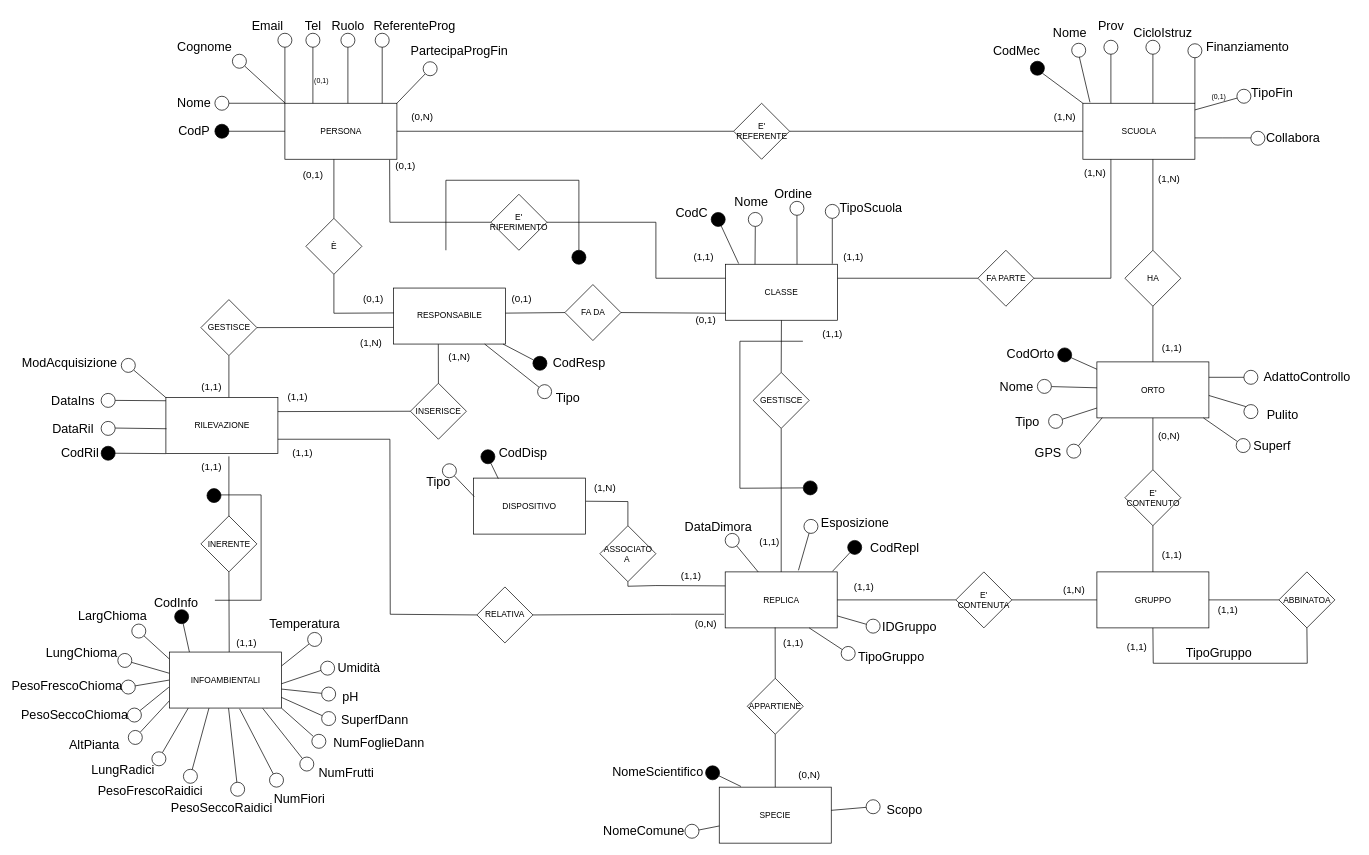
pizzo-kyle/unige keeps this draw.io diagram as Modifica/ER_restructured_modifica.drawio. Above is the earlier version. Source tidied: cells renumbered, new cells numbered last; positions are measured from the earlier drawing's top-left corner, leaving out a move shared by most shapes. Both pictures are drawn from the tidied source at 70%, with x=0, y=0 at pixel (38, 12).
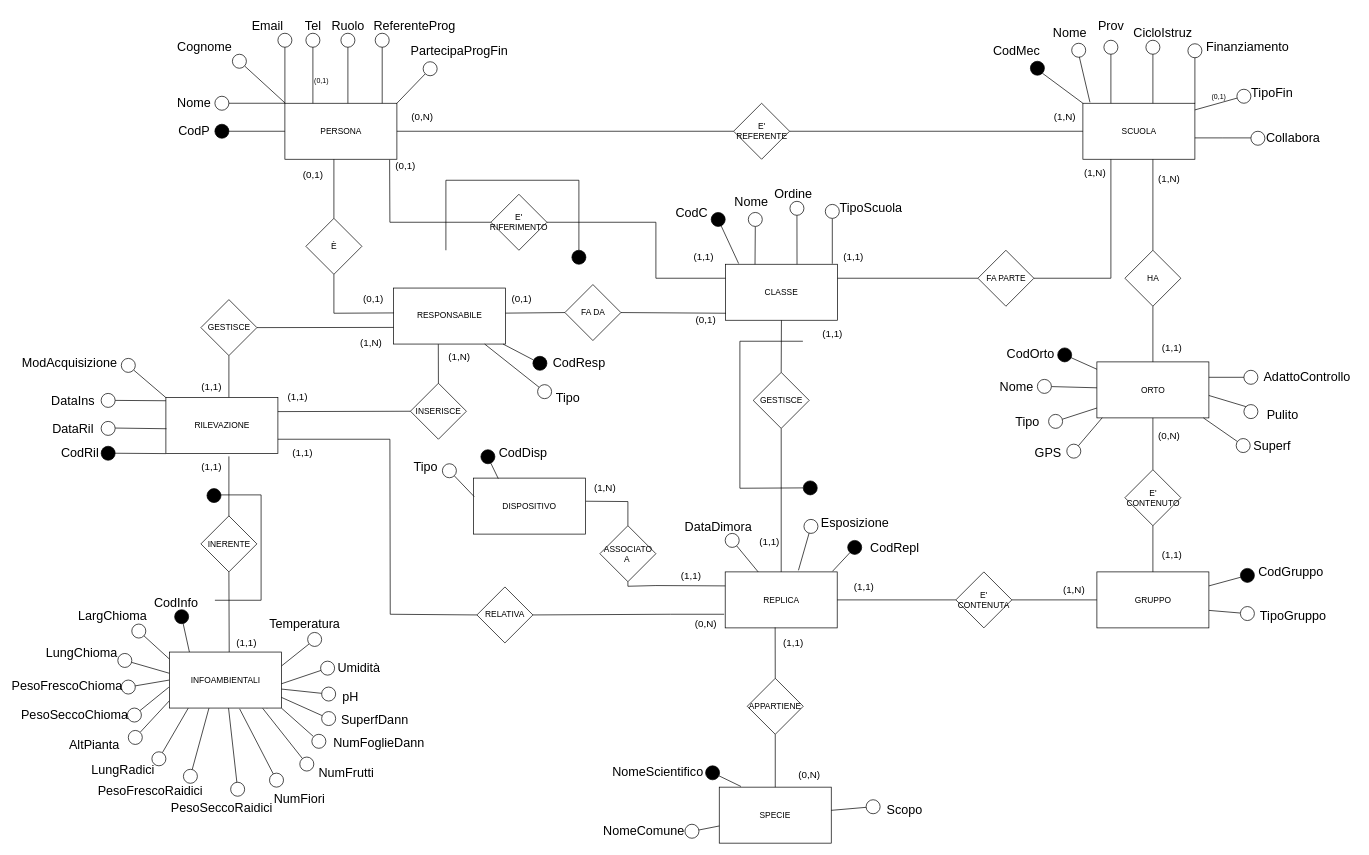
The same diagram, later.

The change refers to these unchanged cells:
```xml
<mxCell id="9" value="REPLICA" style="rounded=0;whiteSpace=wrap;html=1;" parent="1" vertex="1">
  <mxGeometry x="981.5" y="799.5" width="160" height="80" as="geometry" />
</mxCell>
<mxCell id="270" value="GRUPPO" style="rounded=0;whiteSpace=wrap;html=1;" parent="1" vertex="1">
  <mxGeometry x="1512.5" y="799.5" width="160" height="80" as="geometry" />
</mxCell>
```

Change to the diagram source:
```diff
@@
-    <mxCell id="65" style="endArrow=none;html=1;rounded=0;fontColor=#000000;" parent="1" edge="1" source="67" target="9">
+    <mxCell id="65" style="endArrow=none;html=1;rounded=0;fontColor=#000000;entryX=1;entryY=0.25;entryDx=0;entryDy=0;" parent="1" edge="1" source="282" target="270">
       <mxGeometry relative="1" as="geometry" />
     </mxCell>
-    <mxCell id="66" value="&lt;span style=&quot;font-size: 18px;&quot;&gt;IDGruppo&lt;/span&gt;" style="text;html=1;strokeColor=none;fillColor=none;align=center;verticalAlign=middle;whiteSpace=wrap;rounded=0;fontColor=#000000;" parent="1" vertex="1">
-      <mxGeometry x="1220.2" y="864" width="50" height="30" as="geometry" />
+    <mxCell id="66" value="&lt;span style=&quot;font-size: 18px;&quot;&gt;CodGruppo&lt;/span&gt;" style="text;html=1;strokeColor=none;fillColor=none;align=center;verticalAlign=middle;whiteSpace=wrap;rounded=0;fontColor=#000000;" parent="1" vertex="1">
+      <mxGeometry x="1765.2" y="784.5" width="50" height="30" as="geometry" />
     </mxCell>
-    <mxCell id="67" style="ellipse;whiteSpace=wrap;html=1;fillColor=#FFFFFF;direction=south;gradientColor=none;fontColor=#000000;" parent="1" vertex="1">
-      <mxGeometry x="1182.8" y="867" width="20" height="20" as="geometry" />
-    </mxCell>
@@
     <mxCell id="139" value="&lt;span style=&quot;font-size: 18px;&quot;&gt;Tipo&lt;/span&gt;" style="text;html=1;strokeColor=none;fillColor=none;align=center;verticalAlign=middle;whiteSpace=wrap;rounded=0;fontColor=#000000;" parent="1" vertex="1">
-      <mxGeometry x="546.8" y="657" width="50" height="30" as="geometry" />
+      <mxGeometry x="528.8" y="635" width="50" height="30" as="geometry" />
     </mxCell>
@@
-    <mxCell id="267" style="endArrow=none;html=1;rounded=0;fontColor=#000000;entryX=0.75;entryY=1;entryDx=0;entryDy=0;" parent="1" edge="1" source="269" target="9">
-      <mxGeometry relative="1" as="geometry" />
+    <mxCell id="267" style="endArrow=none;html=1;rounded=0;fontColor=#000000;entryX=0.75;entryY=1;entryDx=0;entryDy=0;" parent="1" edge="1" source="269">
+      <mxGeometry relative="1" as="geometry">
+        <mxPoint x="1672.5" y="854.5" as="targetPoint" />
+      </mxGeometry>
     </mxCell>
     <mxCell id="268" value="&lt;span style=&quot;font-size: 18px;&quot;&gt;TipoGruppo&lt;/span&gt;" style="text;html=1;strokeColor=none;fillColor=none;align=center;verticalAlign=middle;whiteSpace=wrap;rounded=0;fontColor=#000000;" parent="1" vertex="1">
-      <mxGeometry x="1194.2" y="906" width="50" height="30" as="geometry" />
+      <mxGeometry x="1767.5" y="846.5" width="50" height="30" as="geometry" />
     </mxCell>
     <mxCell id="269" style="ellipse;whiteSpace=wrap;html=1;fillColor=#FFFFFF;direction=south;gradientColor=none;fontColor=#000000;" parent="1" vertex="1">
-      <mxGeometry x="1147.2" y="906" width="20" height="20" as="geometry" />
+      <mxGeometry x="1717.5" y="849" width="20" height="20" as="geometry" />
     </mxCell>
@@
-    <mxCell id="276" value="ABBINATOA" style="rhombus;whiteSpace=wrap;html=1;" parent="1" vertex="1">
-      <mxGeometry x="1772.5" y="799.5" width="80" height="80" as="geometry" />
-    </mxCell>
-    <mxCell id="277" style="endArrow=none;html=1;rounded=0;exitX=0;exitY=0.5;exitDx=0;exitDy=0;entryX=1;entryY=0.5;entryDx=0;entryDy=0;" parent="1" edge="1" source="276" target="270">
-      <mxGeometry relative="1" as="geometry" />
-    </mxCell>
-    <mxCell id="278" style="endArrow=none;html=1;rounded=0;entryX=0.5;entryY=1;entryDx=0;entryDy=0;exitX=0.5;exitY=1;exitDx=0;exitDy=0;" parent="1" edge="1" source="270" target="276">
-      <mxGeometry relative="1" as="geometry">
-        <Array as="points">
-          <mxPoint x="1593" y="930" />
-          <mxPoint x="1813" y="930" />
-        </Array>
-      </mxGeometry>
-    </mxCell>
-    <mxCell id="279" value="&lt;font style=&quot;font-size: 14px;&quot;&gt;(1,1)&lt;/font&gt;" style="text;html=1;strokeColor=none;fillColor=none;align=center;verticalAlign=middle;whiteSpace=wrap;rounded=0;" parent="1" vertex="1">
-      <mxGeometry x="1676.5" y="844" width="46" height="20" as="geometry" />
-    </mxCell>
-    <mxCell id="280" value="&lt;font style=&quot;font-size: 14px;&quot;&gt;(1,1)&lt;/font&gt;" style="text;html=1;strokeColor=none;fillColor=none;align=center;verticalAlign=middle;whiteSpace=wrap;rounded=0;" parent="1" vertex="1">
-      <mxGeometry x="1546.5" y="897" width="46" height="20" as="geometry" />
-    </mxCell>
-    <mxCell id="281" value="&lt;span style=&quot;font-size: 18px;&quot;&gt;TipoGruppo&lt;/span&gt;" style="text;html=1;strokeColor=none;fillColor=none;align=center;verticalAlign=middle;whiteSpace=wrap;rounded=0;fontColor=#000000;" parent="1" vertex="1">
-      <mxGeometry x="1661.5" y="899.5" width="50" height="30" as="geometry" />
-    </mxCell>
+    <mxCell id="282" style="ellipse;whiteSpace=wrap;html=1;fillColor=#000000;direction=south;gradientColor=none;" parent="1" vertex="1">
+      <mxGeometry x="1717.5" y="794.5" width="20" height="20" as="geometry" />
+    </mxCell>
```
